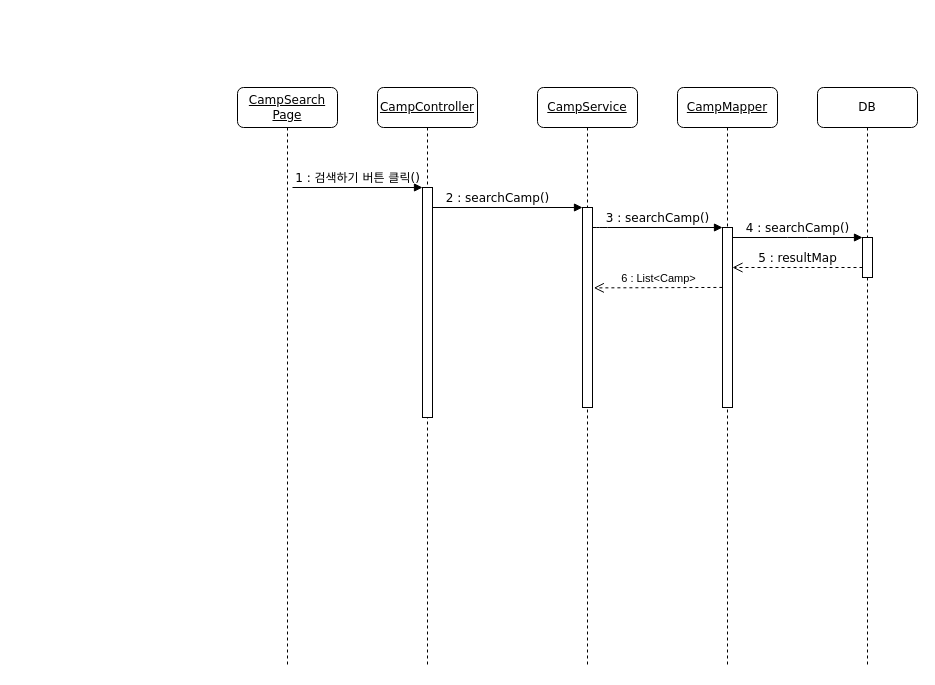
Before: UML/minju_sequence.drawio in boming09/FinalProject, a draw.io diagram. Source tidied: cells renumbered, new cells numbered last; positions are measured from the earlier drawing's top-left corner, leaving out a move shared by most shapes. Both pictures are drawn from the tidied source at 100%, with x=0, y=0 at pixel (237, 87).
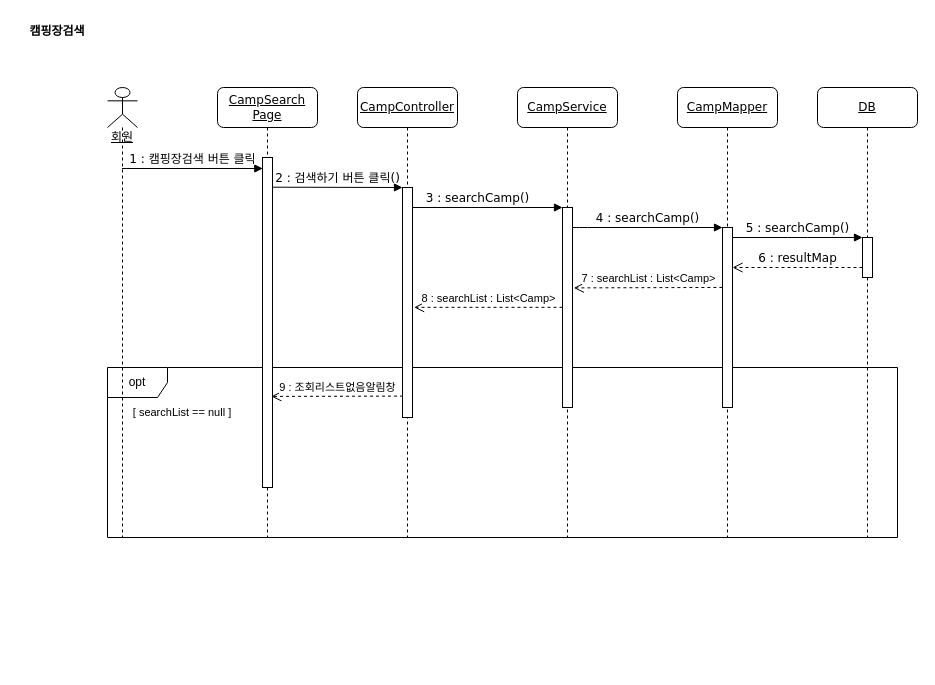
The same page after the edit.

Unchanged cells that the change refers to:
```xml
<mxCell id="3" style="html=1;points=[];perimeter=orthogonalPerimeter;rounded=0;shadow=0;comic=0;labelBackgroundColor=none;strokeWidth=1;fontFamily=Verdana;fontSize=12;align=center;" parent="2" vertex="1">
  <mxGeometry x="45" y="100" width="10" height="230" as="geometry" />
</mxCell>
<mxCell id="5" style="html=1;points=[];perimeter=orthogonalPerimeter;rounded=0;shadow=0;comic=0;labelBackgroundColor=none;strokeWidth=1;fontFamily=Verdana;fontSize=12;align=center;" parent="4" vertex="1">
  <mxGeometry x="45" y="120" width="10" height="200" as="geometry" />
</mxCell>
<mxCell id="9" style="html=1;points=[];perimeter=orthogonalPerimeter;rounded=0;shadow=0;comic=0;labelBackgroundColor=none;strokeWidth=1;fontFamily=Verdana;fontSize=12;align=center;" parent="1" vertex="1">
  <mxGeometry x="485" y="140" width="10" height="180" as="geometry" />
</mxCell>
<mxCell id="11" style="html=1;points=[];perimeter=orthogonalPerimeter;rounded=0;shadow=0;comic=0;labelBackgroundColor=none;strokeWidth=1;fontFamily=Verdana;fontSize=12;align=center;" parent="1" vertex="1">
  <mxGeometry x="625" y="150" width="10" height="40" as="geometry" />
</mxCell>
```

What changed in the source:
```diff
@@
+    <mxCell id="17" value="opt" style="shape=umlFrame;whiteSpace=wrap;html=1;" parent="1" vertex="1">
+      <mxGeometry x="-130" y="280" width="790" height="170" as="geometry" />
+    </mxCell>
     <mxCell id="2" value="&lt;u&gt;CampController&lt;/u&gt;" style="shape=umlLifeline;perimeter=lifelinePerimeter;whiteSpace=wrap;html=1;rounded=1;shadow=0;comic=0;labelBackgroundColor=none;strokeWidth=1;fontFamily=Verdana;fontSize=12;align=center;" parent="1" vertex="1">
-      <mxGeometry x="140" width="100" height="580" as="geometry" />
+      <mxGeometry x="120" width="100" height="450" as="geometry" />
     </mxCell>
@@
     <mxCell id="4" value="&lt;u&gt;CampService&lt;/u&gt;" style="shape=umlLifeline;perimeter=lifelinePerimeter;whiteSpace=wrap;html=1;rounded=1;shadow=0;comic=0;labelBackgroundColor=none;strokeWidth=1;fontFamily=Verdana;fontSize=12;align=center;" parent="1" vertex="1">
-      <mxGeometry x="300" width="100" height="580" as="geometry" />
+      <mxGeometry x="280" width="100" height="450" as="geometry" />
     </mxCell>
@@
     <mxCell id="6" value="&lt;u&gt;CampMapper&lt;/u&gt;" style="shape=umlLifeline;perimeter=lifelinePerimeter;whiteSpace=wrap;html=1;rounded=1;shadow=0;comic=0;labelBackgroundColor=none;strokeWidth=1;fontFamily=Verdana;fontSize=12;align=center;" parent="1" vertex="1">
-      <mxGeometry x="440" width="100" height="580" as="geometry" />
+      <mxGeometry x="440" width="100" height="450" as="geometry" />
     </mxCell>
-    <mxCell id="7" value="DB" style="shape=umlLifeline;perimeter=lifelinePerimeter;whiteSpace=wrap;html=1;rounded=1;shadow=0;comic=0;labelBackgroundColor=none;strokeWidth=1;fontFamily=Verdana;fontSize=12;align=center;" parent="1" vertex="1">
-      <mxGeometry x="580" width="100" height="580" as="geometry" />
+    <mxCell id="7" value="&lt;u&gt;DB&lt;/u&gt;" style="shape=umlLifeline;perimeter=lifelinePerimeter;whiteSpace=wrap;html=1;rounded=1;shadow=0;comic=0;labelBackgroundColor=none;strokeWidth=1;fontFamily=Verdana;fontSize=12;align=center;" parent="1" vertex="1">
+      <mxGeometry x="580" width="100" height="450" as="geometry" />
     </mxCell>
     <mxCell id="8" value="&lt;u&gt;CampSearch&lt;br&gt;Page&lt;/u&gt;" style="shape=umlLifeline;perimeter=lifelinePerimeter;whiteSpace=wrap;html=1;rounded=1;shadow=0;comic=0;labelBackgroundColor=none;strokeWidth=1;fontFamily=Verdana;fontSize=12;align=center;" parent="1" vertex="1">
-      <mxGeometry width="100" height="580" as="geometry" />
+      <mxGeometry x="-20" width="100" height="450" as="geometry" />
     </mxCell>
+    <mxCell id="18" style="html=1;points=[];perimeter=orthogonalPerimeter;rounded=0;shadow=0;comic=0;labelBackgroundColor=none;strokeWidth=1;fontFamily=Verdana;fontSize=12;align=center;" parent="8" vertex="1">
+      <mxGeometry x="45" y="70" width="10" height="330" as="geometry" />
+    </mxCell>
@@
-    <mxCell id="10" value="3 : searchCamp()" style="html=1;verticalAlign=bottom;endArrow=block;labelBackgroundColor=none;fontFamily=Verdana;fontSize=12;edgeStyle=elbowEdgeStyle;elbow=vertical;" parent="1" edge="1" source="5" target="9">
+    <mxCell id="10" value="4 : searchCamp()" style="html=1;verticalAlign=bottom;endArrow=block;labelBackgroundColor=none;fontFamily=Verdana;fontSize=12;edgeStyle=elbowEdgeStyle;elbow=vertical;" parent="1" edge="1" source="5" target="9">
       <mxGeometry relative="1" as="geometry">
         <Array as="points">
-          <mxPoint x="360" y="140" />
+          <mxPoint x="340" y="140" />
         </Array>
       </mxGeometry>
     </mxCell>
@@
-    <mxCell id="12" value="4 : searchCamp()" style="html=1;verticalAlign=bottom;endArrow=block;entryX=0;entryY=0;labelBackgroundColor=none;fontFamily=Verdana;fontSize=12;edgeStyle=elbowEdgeStyle;elbow=vertical;" parent="1" edge="1" source="9" target="11">
+    <mxCell id="12" value="5 : searchCamp()" style="html=1;verticalAlign=bottom;endArrow=block;entryX=0;entryY=0;labelBackgroundColor=none;fontFamily=Verdana;fontSize=12;edgeStyle=elbowEdgeStyle;elbow=vertical;" parent="1" edge="1" source="9" target="11">
       <mxGeometry relative="1" as="geometry" />
     </mxCell>
-    <mxCell id="13" value="5 : resultMap" style="html=1;verticalAlign=bottom;endArrow=open;dashed=1;endSize=8;labelBackgroundColor=none;fontFamily=Verdana;fontSize=12;edgeStyle=elbowEdgeStyle;elbow=vertical;" parent="1" edge="1" source="11" target="9">
+    <mxCell id="13" value="6 : resultMap" style="html=1;verticalAlign=bottom;endArrow=open;dashed=1;endSize=8;labelBackgroundColor=none;fontFamily=Verdana;fontSize=12;edgeStyle=elbowEdgeStyle;elbow=vertical;" parent="1" edge="1" source="11" target="9">
       <mxGeometry relative="1" as="geometry">
         <Array as="points">
-          <mxPoint x="570" y="180" />
-          <mxPoint x="600" y="180" />
+          <mxPoint x="550" y="180" />
+          <mxPoint x="580" y="180" />
         </Array>
       </mxGeometry>
     </mxCell>
-    <mxCell id="14" value="1 : 검색하기 버튼 클릭()" style="html=1;verticalAlign=bottom;endArrow=block;entryX=0;entryY=0;labelBackgroundColor=none;fontFamily=Verdana;fontSize=12;edgeStyle=elbowEdgeStyle;elbow=vertical;" parent="1" edge="1" target="3">
-      <mxGeometry relative="1" as="geometry">
-        <mxPoint x="55" y="100" as="sourcePoint" />
-      </mxGeometry>
+    <mxCell id="14" value="2 : 검색하기 버튼 클릭()" style="html=1;verticalAlign=bottom;endArrow=block;entryX=0;entryY=0;labelBackgroundColor=none;fontFamily=Verdana;fontSize=12;edgeStyle=elbowEdgeStyle;elbow=vertical;exitX=1.033;exitY=0.09;exitDx=0;exitDy=0;exitPerimeter=0;" parent="1" edge="1" source="18" target="3">
+      <mxGeometry relative="1" as="geometry" />
     </mxCell>
-    <mxCell id="15" value="2 : searchCamp()" style="html=1;verticalAlign=bottom;endArrow=block;entryX=0;entryY=0;labelBackgroundColor=none;fontFamily=Verdana;fontSize=12;edgeStyle=elbowEdgeStyle;elbow=vertical;" parent="1" edge="1" source="3" target="5">
+    <mxCell id="15" value="3 : searchCamp()" style="html=1;verticalAlign=bottom;endArrow=block;entryX=0;entryY=0;labelBackgroundColor=none;fontFamily=Verdana;fontSize=12;edgeStyle=elbowEdgeStyle;elbow=vertical;" parent="1" edge="1" source="3" target="5">
       <mxGeometry x="-0.13" relative="1" as="geometry" />
     </mxCell>
-    <mxCell id="16" value="6 : List&amp;lt;Camp&amp;gt;" style="html=1;verticalAlign=bottom;endArrow=open;dashed=1;endSize=8;rounded=0;exitX=-0.01;exitY=0.333;exitDx=0;exitDy=0;exitPerimeter=0;entryX=1.133;entryY=0.402;entryDx=0;entryDy=0;entryPerimeter=0;" parent="1" edge="1" source="9" target="5">
+    <mxCell id="16" value="7 : searchList : List&amp;lt;Camp&amp;gt;" style="html=1;verticalAlign=bottom;endArrow=open;dashed=1;endSize=8;rounded=0;exitX=-0.01;exitY=0.333;exitDx=0;exitDy=0;exitPerimeter=0;entryX=1.133;entryY=0.402;entryDx=0;entryDy=0;entryPerimeter=0;" parent="1" edge="1" source="9" target="5">
       <mxGeometry relative="1" as="geometry" />
     </mxCell>
+    <mxCell id="19" value="8 : searchList : List&amp;lt;Camp&amp;gt;" style="html=1;verticalAlign=bottom;endArrow=open;dashed=1;endSize=8;rounded=0;entryX=1.16;entryY=0.521;entryDx=0;entryDy=0;entryPerimeter=0;" parent="1" edge="1" source="5" target="3">
+      <mxGeometry relative="1" as="geometry" />
+    </mxCell>
+    <mxCell id="20" value="&lt;u&gt;회원&lt;/u&gt;" style="shape=umlLifeline;participant=umlActor;perimeter=lifelinePerimeter;whiteSpace=wrap;html=1;verticalAlign=top;spacingTop=36;outlineConnect=0;" parent="1" vertex="1">
+      <mxGeometry x="-130" width="30" height="450" as="geometry" />
+    </mxCell>
+    <mxCell id="21" value="&lt;span style=&quot;color: rgb(0 , 0 , 0) ; font-family: &amp;#34;helvetica&amp;#34; ; font-size: 11px ; font-style: normal ; font-weight: 400 ; letter-spacing: normal ; text-align: center ; text-indent: 0px ; text-transform: none ; word-spacing: 0px ; background-color: rgb(255 , 255 , 255) ; display: inline ; float: none&quot;&gt;[ searchList == null ]&lt;/span&gt;" style="text;html=1;strokeColor=none;fillColor=none;align=center;verticalAlign=middle;whiteSpace=wrap;rounded=0;dashed=1;" parent="1" vertex="1">
+      <mxGeometry x="-130" y="320" width="150" height="10" as="geometry" />
+    </mxCell>
+    <mxCell id="22" value="9 : 조회리스트없음알림창" style="html=1;verticalAlign=bottom;endArrow=open;dashed=1;endSize=8;rounded=0;entryX=0.88;entryY=0.724;entryDx=0;entryDy=0;entryPerimeter=0;exitX=0.051;exitY=0.907;exitDx=0;exitDy=0;exitPerimeter=0;" parent="1" edge="1" source="3" target="18">
+      <mxGeometry relative="1" as="geometry" />
+    </mxCell>
+    <mxCell id="23" value="1 : 캠핑장검색 버튼 클릭" style="html=1;verticalAlign=bottom;endArrow=block;labelBackgroundColor=none;fontFamily=Verdana;fontSize=12;edgeStyle=elbowEdgeStyle;elbow=vertical;entryX=0.033;entryY=0.033;entryDx=0;entryDy=0;entryPerimeter=0;" parent="1" edge="1" source="20" target="18">
+      <mxGeometry relative="1" as="geometry" />
+    </mxCell>
+    <mxCell id="24" value="캠핑장검색" style="text;align=center;fontStyle=1;verticalAlign=middle;spacingLeft=3;spacingRight=3;strokeColor=none;dashed=1;" parent="1" vertex="1">
+      <mxGeometry x="-220" y="-70" width="80" height="26" as="geometry" />
+    </mxCell>
```
